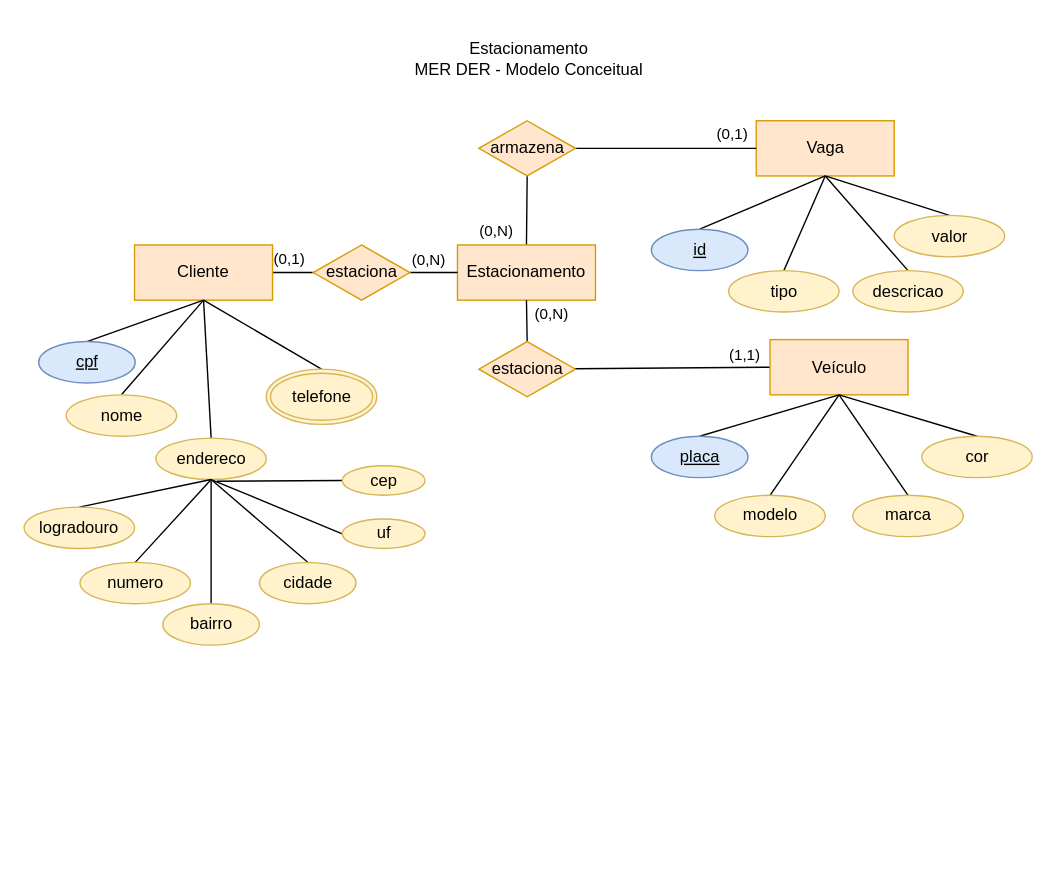
Before: 2des/03-bcd/aula08/solucao/mer_der_conceitual.drawio in Kcioban/DSFork, a draw.io diagram. Source tidied: cells renumbered, new cells numbered last; positions are measured from the earlier drawing's top-left corner, leaving out a move shared by most shapes. Both pictures are drawn from the tidied source at 138%, with x=0, y=0 at pixel (23, 23).
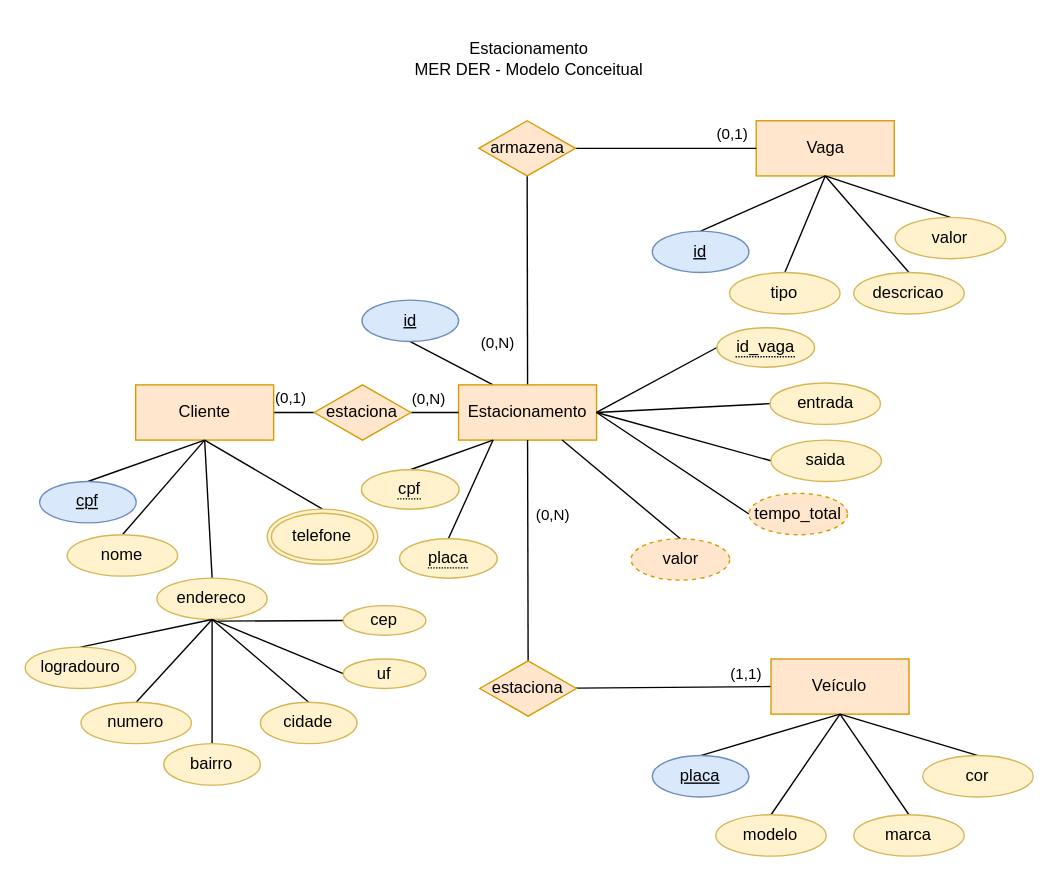
After the change.

What changed in the source:
```diff
@@
     <mxCell id="4" value="Cliente" style="whiteSpace=wrap;html=1;align=center;fillColor=#ffe6cc;strokeColor=#d79b00;" parent="1" vertex="1">
-      <mxGeometry x="80" y="160" width="100" height="40" as="geometry" />
+      <mxGeometry x="80.8" y="261.4" width="100" height="40" as="geometry" />
     </mxCell>
@@
     <mxCell id="6" value="cpf" style="ellipse;whiteSpace=wrap;html=1;align=center;fontStyle=4;fillColor=#dae8fc;strokeColor=#6c8ebf;" parent="1" vertex="1">
-      <mxGeometry x="10.5" y="230" width="70" height="30" as="geometry" />
+      <mxGeometry x="11.2" y="331.4" width="70" height="30" as="geometry" />
     </mxCell>
@@
     <mxCell id="8" value="nome" style="ellipse;whiteSpace=wrap;html=1;align=center;fillColor=#fff2cc;strokeColor=#d6b656;" parent="1" vertex="1">
-      <mxGeometry x="30.5" y="268.6" width="80" height="30" as="geometry" />
+      <mxGeometry x="31.2" y="370" width="80" height="30" as="geometry" />
     </mxCell>
@@
     <mxCell id="10" value="endereco" style="ellipse;whiteSpace=wrap;html=1;align=center;fillColor=#fff2cc;strokeColor=#d6b656;" parent="1" vertex="1">
-      <mxGeometry x="95.5" y="300" width="80" height="30" as="geometry" />
+      <mxGeometry x="96.2" y="401.4" width="80" height="30" as="geometry" />
     </mxCell>
@@
     <mxCell id="12" value="logradouro" style="ellipse;whiteSpace=wrap;html=1;align=center;fillColor=#fff2cc;strokeColor=#d6b656;" parent="1" vertex="1">
-      <mxGeometry y="350" width="80" height="30" as="geometry" />
+      <mxGeometry x="0.8" y="451.4" width="80" height="30" as="geometry" />
     </mxCell>
@@
     <mxCell id="14" value="numero" style="ellipse;whiteSpace=wrap;html=1;align=center;fillColor=#fff2cc;strokeColor=#d6b656;" parent="1" vertex="1">
-      <mxGeometry x="40.5" y="390" width="80" height="30" as="geometry" />
+      <mxGeometry x="41.2" y="491.4" width="80" height="30" as="geometry" />
     </mxCell>
@@
     <mxCell id="16" value="bairro" style="ellipse;whiteSpace=wrap;html=1;align=center;fillColor=#fff2cc;strokeColor=#d6b656;" parent="1" vertex="1">
-      <mxGeometry x="100.5" y="420" width="70" height="30" as="geometry" />
+      <mxGeometry x="101.2" y="521.4" width="70" height="30" as="geometry" />
     </mxCell>
@@
     <mxCell id="18" value="cidade" style="ellipse;whiteSpace=wrap;html=1;align=center;fillColor=#fff2cc;strokeColor=#d6b656;" parent="1" vertex="1">
-      <mxGeometry x="170.5" y="390" width="70" height="30" as="geometry" />
+      <mxGeometry x="171.2" y="491.4" width="70" height="30" as="geometry" />
     </mxCell>
@@
     <mxCell id="20" value="uf" style="ellipse;whiteSpace=wrap;html=1;align=center;fillColor=#fff2cc;strokeColor=#d6b656;" parent="1" vertex="1">
-      <mxGeometry x="230.5" y="358.6" width="60" height="21.4" as="geometry" />
+      <mxGeometry x="231.2" y="460" width="60" height="21.4" as="geometry" />
     </mxCell>
@@
     <mxCell id="22" value="cep" style="ellipse;whiteSpace=wrap;html=1;align=center;fillColor=#fff2cc;strokeColor=#d6b656;" parent="1" vertex="1">
-      <mxGeometry x="230.5" y="320" width="60" height="21.4" as="geometry" />
+      <mxGeometry x="231.2" y="421.4" width="60" height="21.4" as="geometry" />
     </mxCell>
@@
+    <mxCell id="52" style="rounded=0;jettySize=auto;html=1;exitX=0.25;exitY=0;exitDx=0;exitDy=0;entryX=0.5;entryY=1;entryDx=0;entryDy=0;endArrow=none;endFill=0;" parent="1" edge="1" source="24" target="55">
+      <mxGeometry relative="1" as="geometry" />
+    </mxCell>
     <mxCell id="24" value="Estacionamento" style="whiteSpace=wrap;html=1;align=center;fillColor=#ffe6cc;strokeColor=#d79b00;" parent="1" vertex="1">
-      <mxGeometry x="314" y="160" width="100" height="40" as="geometry" />
+      <mxGeometry x="314.8" y="261.4" width="100" height="40" as="geometry" />
     </mxCell>
@@
     <mxCell id="27" value="Veículo" style="whiteSpace=wrap;html=1;align=center;fillColor=#ffe6cc;strokeColor=#d79b00;" parent="1" vertex="1">
-      <mxGeometry x="540.5" y="228.6" width="100" height="40" as="geometry" />
+      <mxGeometry x="541.2" y="460" width="100" height="40" as="geometry" />
     </mxCell>
@@
     <mxCell id="29" value="telefone" style="ellipse;shape=doubleEllipse;margin=3;whiteSpace=wrap;html=1;align=center;fillColor=#fff2cc;strokeColor=#d6b656;" parent="1" vertex="1">
-      <mxGeometry x="175.5" y="250" width="80" height="40" as="geometry" />
+      <mxGeometry x="176.2" y="351.4" width="80" height="40" as="geometry" />
     </mxCell>
@@
     <mxCell id="31" value="id" style="ellipse;whiteSpace=wrap;html=1;align=center;fontStyle=4;fillColor=#dae8fc;strokeColor=#6c8ebf;" parent="1" vertex="1">
-      <mxGeometry x="454.5" y="148.6" width="70" height="30" as="geometry" />
+      <mxGeometry x="455.2" y="150" width="70" height="30" as="geometry" />
     </mxCell>
@@
     <mxCell id="33" value="tipo" style="ellipse;whiteSpace=wrap;html=1;align=center;fillColor=#fff2cc;strokeColor=#d6b656;" parent="1" vertex="1">
-      <mxGeometry x="510.5" y="178.6" width="80" height="30" as="geometry" />
+      <mxGeometry x="511.2" y="180" width="80" height="30" as="geometry" />
     </mxCell>
@@
     <mxCell id="35" value="descricao" style="ellipse;whiteSpace=wrap;html=1;align=center;fillColor=#fff2cc;strokeColor=#d6b656;" parent="1" vertex="1">
-      <mxGeometry x="600.5" y="178.6" width="80" height="30" as="geometry" />
+      <mxGeometry x="601.2" y="180" width="80" height="30" as="geometry" />
     </mxCell>
@@
     <mxCell id="37" value="valor" style="ellipse;whiteSpace=wrap;html=1;align=center;fillColor=#fff2cc;strokeColor=#d6b656;" parent="1" vertex="1">
-      <mxGeometry x="630.5" y="138.6" width="80" height="30" as="geometry" />
+      <mxGeometry x="631.2" y="140" width="80" height="30" as="geometry" />
     </mxCell>
@@
     <mxCell id="39" value="placa" style="ellipse;whiteSpace=wrap;html=1;align=center;fontStyle=4;fillColor=#dae8fc;strokeColor=#6c8ebf;" parent="1" vertex="1">
-      <mxGeometry x="454.5" y="298.6" width="70" height="30" as="geometry" />
+      <mxGeometry x="455.2" y="530" width="70" height="30" as="geometry" />
     </mxCell>
@@
     <mxCell id="41" value="modelo" style="ellipse;whiteSpace=wrap;html=1;align=center;fillColor=#fff2cc;strokeColor=#d6b656;" parent="1" vertex="1">
-      <mxGeometry x="500.5" y="341.4" width="80" height="30" as="geometry" />
+      <mxGeometry x="501.2" y="572.9" width="80" height="30" as="geometry" />
     </mxCell>
@@
     <mxCell id="43" value="marca" style="ellipse;whiteSpace=wrap;html=1;align=center;fillColor=#fff2cc;strokeColor=#d6b656;" parent="1" vertex="1">
-      <mxGeometry x="600.5" y="341.4" width="80" height="30" as="geometry" />
+      <mxGeometry x="601.2" y="572.9" width="80" height="30" as="geometry" />
     </mxCell>
@@
     <mxCell id="45" value="cor" style="ellipse;whiteSpace=wrap;html=1;align=center;fillColor=#fff2cc;strokeColor=#d6b656;" parent="1" vertex="1">
-      <mxGeometry x="650.5" y="298.6" width="80" height="30" as="geometry" />
+      <mxGeometry x="651.2" y="530" width="80" height="30" as="geometry" />
     </mxCell>
@@
     <mxCell id="47" value="estaciona" style="shape=rhombus;perimeter=rhombusPerimeter;whiteSpace=wrap;html=1;align=center;fillColor=#ffe6cc;strokeColor=#d79b00;" parent="1" vertex="1">
-      <mxGeometry x="209.5" y="160" width="70" height="40" as="geometry" />
+      <mxGeometry x="210.2" y="261.4" width="70" height="40" as="geometry" />
     </mxCell>
@@
     <mxCell id="49" value="estaciona" style="shape=rhombus;perimeter=rhombusPerimeter;whiteSpace=wrap;html=1;align=center;fillColor=#ffe6cc;strokeColor=#d79b00;" parent="1" vertex="1">
-      <mxGeometry x="329.5" y="230" width="70" height="40" as="geometry" />
+      <mxGeometry x="330.2" y="461.4" width="70" height="40" as="geometry" />
     </mxCell>
@@
+    <mxCell id="53" style="rounded=0;jettySize=auto;html=1;exitX=0.5;exitY=0;exitDx=0;exitDy=0;entryX=0.25;entryY=1;entryDx=0;entryDy=0;endArrow=none;endFill=0;" parent="1" edge="1" source="54" target="24">
+      <mxGeometry relative="1" as="geometry" />
+    </mxCell>
+    <mxCell id="54" value="&lt;span style=&quot;border-bottom: 1px dotted&quot;&gt;cpf&lt;/span&gt;" style="ellipse;whiteSpace=wrap;html=1;align=center;fillColor=#fff2cc;strokeColor=#d6b656;" parent="1" vertex="1">
+      <mxGeometry x="244.4" y="322.9" width="70.8" height="28.6" as="geometry" />
+    </mxCell>
+    <mxCell id="55" value="id" style="ellipse;whiteSpace=wrap;html=1;align=center;fontStyle=4;fillColor=#dae8fc;strokeColor=#6c8ebf;" parent="1" vertex="1">
+      <mxGeometry x="244.8" y="200" width="70" height="30" as="geometry" />
+    </mxCell>
+    <mxCell id="56" style="rounded=0;jettySize=auto;html=1;exitX=0.5;exitY=0;exitDx=0;exitDy=0;entryX=0.25;entryY=1;entryDx=0;entryDy=0;endArrow=none;endFill=0;" parent="1" edge="1" source="57" target="24">
+      <mxGeometry relative="1" as="geometry" />
+    </mxCell>
+    <mxCell id="57" value="&lt;span style=&quot;border-bottom: 1px dotted&quot;&gt;placa&lt;/span&gt;" style="ellipse;whiteSpace=wrap;html=1;align=center;fillColor=#fff2cc;strokeColor=#d6b656;" parent="1" vertex="1">
+      <mxGeometry x="272" y="372.9" width="70.8" height="28.6" as="geometry" />
+    </mxCell>
+    <mxCell id="58" style="rounded=0;jettySize=auto;html=1;exitX=0;exitY=0.5;exitDx=0;exitDy=0;entryX=1;entryY=0.5;entryDx=0;entryDy=0;endArrow=none;endFill=0;" parent="1" edge="1" source="59" target="24">
+      <mxGeometry relative="1" as="geometry" />
+    </mxCell>
+    <mxCell id="59" value="&lt;span style=&quot;border-bottom: 1px dotted&quot;&gt;id_vaga&lt;/span&gt;" style="ellipse;whiteSpace=wrap;html=1;align=center;fillColor=#fff2cc;strokeColor=#d6b656;" parent="1" vertex="1">
+      <mxGeometry x="502" y="220" width="70.8" height="28.6" as="geometry" />
+    </mxCell>
+    <mxCell id="60" style="rounded=0;jettySize=auto;html=1;exitX=0;exitY=0.5;exitDx=0;exitDy=0;entryX=1;entryY=0.5;entryDx=0;entryDy=0;endArrow=none;endFill=0;" parent="1" edge="1" source="61" target="24">
+      <mxGeometry relative="1" as="geometry" />
+    </mxCell>
+    <mxCell id="61" value="entrada" style="ellipse;whiteSpace=wrap;html=1;align=center;fillColor=#fff2cc;strokeColor=#d6b656;" parent="1" vertex="1">
+      <mxGeometry x="540.5" y="260" width="80" height="30" as="geometry" />
+    </mxCell>
+    <mxCell id="62" style="rounded=0;jettySize=auto;html=1;exitX=0;exitY=0.5;exitDx=0;exitDy=0;entryX=1;entryY=0.5;entryDx=0;entryDy=0;endArrow=none;endFill=0;" parent="1" edge="1" source="63" target="24">
+      <mxGeometry relative="1" as="geometry" />
+    </mxCell>
+    <mxCell id="63" value="saida" style="ellipse;whiteSpace=wrap;html=1;align=center;fillColor=#fff2cc;strokeColor=#d6b656;" parent="1" vertex="1">
+      <mxGeometry x="541.2" y="301.4" width="80" height="30" as="geometry" />
+    </mxCell>
+    <mxCell id="64" style="rounded=0;jettySize=auto;html=1;exitX=0;exitY=0.5;exitDx=0;exitDy=0;entryX=1;entryY=0.5;entryDx=0;entryDy=0;endArrow=none;endFill=0;" parent="1" edge="1" source="65" target="24">
+      <mxGeometry relative="1" as="geometry" />
+    </mxCell>
+    <mxCell id="65" value="tempo_total" style="ellipse;whiteSpace=wrap;html=1;align=center;dashed=1;fillColor=#ffe6cc;strokeColor=#d79b00;" parent="1" vertex="1">
+      <mxGeometry x="525.2" y="340" width="71.5" height="30" as="geometry" />
+    </mxCell>
+    <mxCell id="66" style="rounded=0;jettySize=auto;html=1;exitX=0.5;exitY=0;exitDx=0;exitDy=0;entryX=0.75;entryY=1;entryDx=0;entryDy=0;endArrow=none;endFill=0;" parent="1" edge="1" source="67" target="24">
+      <mxGeometry relative="1" as="geometry" />
+    </mxCell>
+    <mxCell id="67" value="valor" style="ellipse;whiteSpace=wrap;html=1;align=center;dashed=1;fillColor=#ffe6cc;strokeColor=#d79b00;" parent="1" vertex="1">
+      <mxGeometry x="439.8" y="372.9" width="71.5" height="30" as="geometry" />
+    </mxCell>
```
